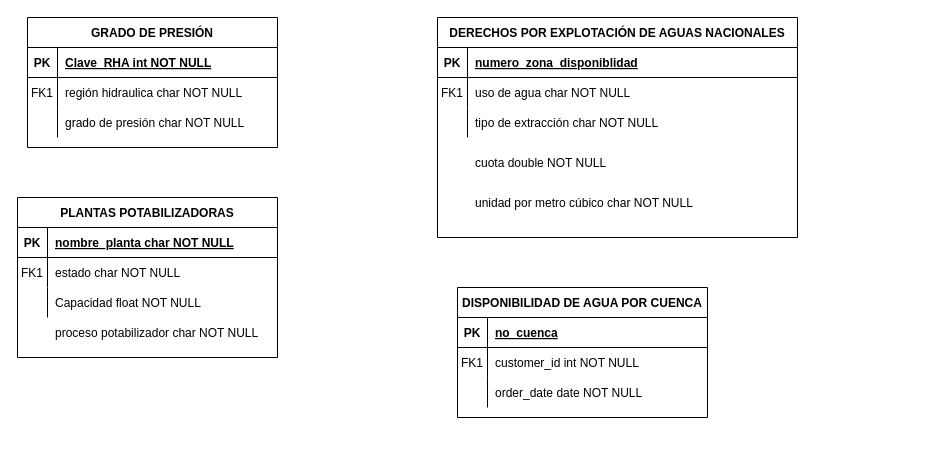
This is Untitled Diagram.drawio from 1830443/1830443.github.io, a draw.io file, before an edit. Source tidied: cells renumbered, new cells numbered last; positions are measured from the earlier drawing's top-left corner, leaving out a move shared by most shapes. Both pictures are drawn from the tidied source at 100%, with x=0, y=0 at pixel (17, 17).
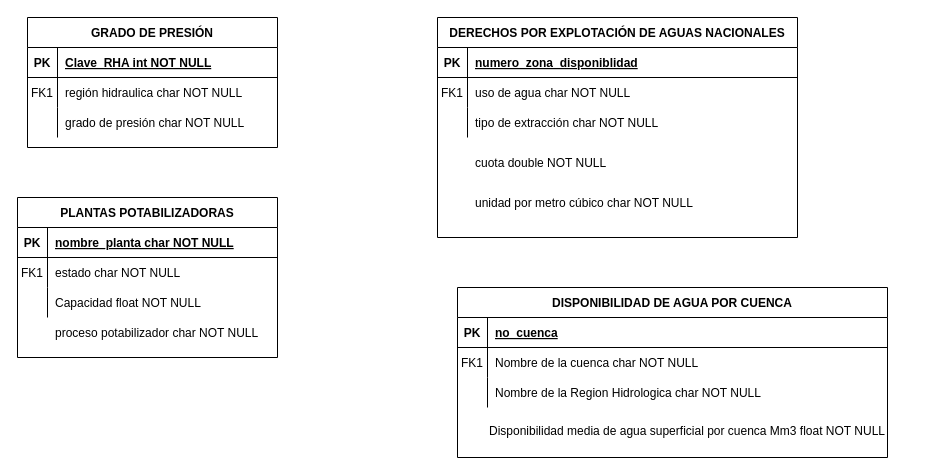
Above is the later version.

Change to the diagram source:
```diff
@@
     <mxCell id="22" value="DISPONIBILIDAD DE AGUA POR CUENCA" style="shape=table;startSize=30;childLayout=tableLayout;rowLines=0;fontStyle=1;align=center;" parent="1" vertex="1">
-      <mxGeometry x="440" y="270" width="250" height="130" as="geometry" />
+      <mxGeometry x="440" y="270" width="430" height="170" as="geometry" />
     </mxCell>
     <mxCell id="23" style="shape=partialRectangle;fillColor=none;top=0;left=0;right=0;bottom=1;" parent="22" vertex="1">
-      <mxGeometry y="30" width="250" height="30" as="geometry" />
+      <mxGeometry y="30" width="430" height="30" as="geometry" />
     </mxCell>
@@
     <mxCell id="25" value="no_cuenca" style="shape=partialRectangle;overflow=hidden;fillColor=none;top=0;left=0;bottom=0;right=0;align=left;spacingLeft=6;fontStyle=5;" parent="23" vertex="1">
-      <mxGeometry x="30" width="220" height="30" as="geometry" />
+      <mxGeometry x="30" width="400" height="30" as="geometry" />
     </mxCell>
     <mxCell id="26" style="shape=partialRectangle;fillColor=none;top=0;left=0;right=0;bottom=0;" parent="22" vertex="1">
-      <mxGeometry y="60" width="250" height="30" as="geometry" />
+      <mxGeometry y="60" width="430" height="30" as="geometry" />
     </mxCell>
@@
-    <mxCell id="28" value="customer_id int NOT NULL" style="shape=partialRectangle;overflow=hidden;fillColor=none;top=0;left=0;bottom=0;right=0;align=left;spacingLeft=6;" parent="26" vertex="1">
-      <mxGeometry x="30" width="220" height="30" as="geometry" />
+    <mxCell id="28" value="Nombre de la cuenca char NOT NULL" style="shape=partialRectangle;overflow=hidden;fillColor=none;top=0;left=0;bottom=0;right=0;align=left;spacingLeft=6;" parent="26" vertex="1">
+      <mxGeometry x="30" width="400" height="30" as="geometry" />
     </mxCell>
     <mxCell id="29" style="shape=partialRectangle;fillColor=none;top=0;left=0;right=0;bottom=0;" parent="22" vertex="1">
-      <mxGeometry y="90" width="250" height="30" as="geometry" />
+      <mxGeometry y="90" width="430" height="30" as="geometry" />
     </mxCell>
@@
-    <mxCell id="31" value="order_date date NOT NULL" style="shape=partialRectangle;overflow=hidden;fillColor=none;top=0;left=0;bottom=0;right=0;align=left;spacingLeft=6;" parent="29" vertex="1">
-      <mxGeometry x="30" width="220" height="30" as="geometry" />
+    <mxCell id="31" value="Nombre de la Region Hidrologica char NOT NULL" style="shape=partialRectangle;overflow=hidden;fillColor=none;top=0;left=0;bottom=0;right=0;align=left;spacingLeft=6;" parent="29" vertex="1">
+      <mxGeometry x="30" width="400" height="30" as="geometry" />
     </mxCell>
@@
+    <mxCell id="45" value="Disponibilidad media de agua superficial por cuenca Mm3 float NOT NULL" style="text;whiteSpace=wrap;html=1;" parent="1" vertex="1">
+      <mxGeometry x="470" y="400" width="420" height="30" as="geometry" />
+    </mxCell>
```
